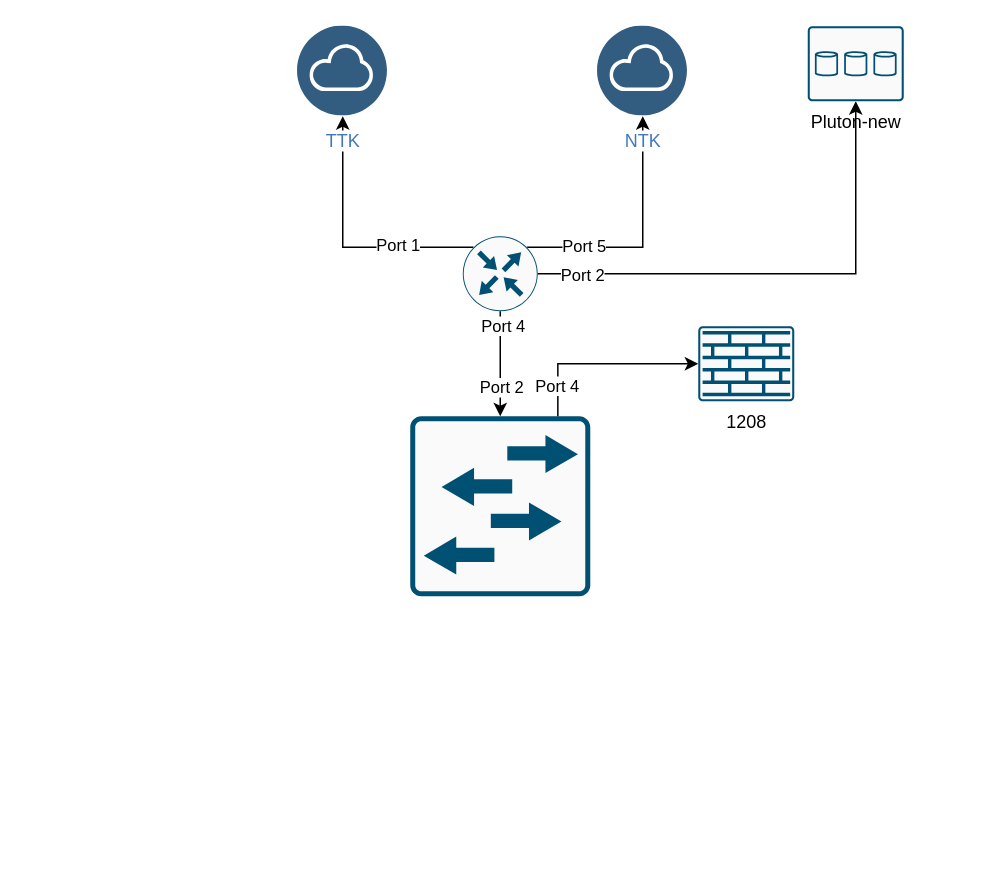
The draw.io diagram Local-network_1209.drawio in Dasatrys/cosmos-web, before the edit. Source tidied: cells renumbered, new cells numbered last; positions are measured from the earlier drawing's top-left corner, leaving out a move shared by most shapes. Both pictures are drawn from the tidied source at 150%, with x=0, y=0 at pixel (297, 26).
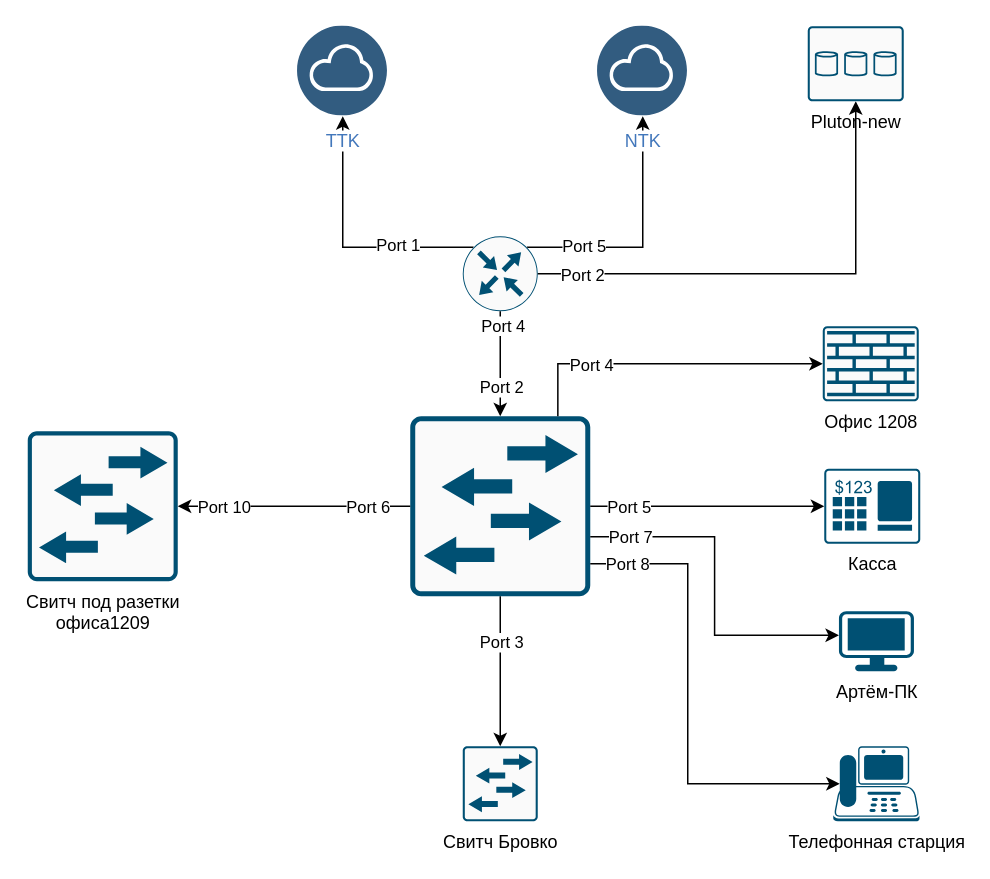
Above is the later version.

Unchanged cells that the change refers to:
```xml
<mxCell id="12" style="sketch=0;points=[[0,0.17,0,0,0],[0,0.33,0,0,0],[0,0.5,0,0,0],[0,0.67,0,0,0],[0,0.82,0,0,0],[0.015,0.015,0,0,0],[0.015,0.985,0,0,0],[0.17,0,0,0,0],[0.17,1,0,0,0],[0.33,0,0,0,0],[0.33,1,0,0,0],[0.5,0,0,0,0],[0.5,1,0,0,0],[0.67,0,0,0,0],[0.67,1,0,0,0],[0.82,0,0,0,0],[0.82,1,0,0,0],[0.985,0.015,0,0,0],[0.985,0.985,0,0,0],[1,0.17,0,0,0],[1,0.33,0,0,0],[1,0.5,0,0,0],[1,0.67,0,0,0],[1,0.82,0,0,0]];verticalLabelPosition=bottom;html=1;verticalAlign=top;align=center;shape=mxgraph.cisco19.rect;prIcon=l2_switch;fillColor=#FAFAFA;strokeColor=#005073;" parent="1" vertex="1">
  <mxGeometry x="75" y="260" width="120" height="120" as="geometry" />
</mxCell>
<mxCell id="17" style="edgeStyle=orthogonalEdgeStyle;rounded=0;jettySize=auto;html=1;exitX=0.82;exitY=0;exitDx=0;exitDy=0;exitPerimeter=0;entryX=0;entryY=0.5;entryDx=0;entryDy=0;entryPerimeter=0;" parent="1" edge="1" source="12" target="16">
  <mxGeometry relative="1" as="geometry" />
</mxCell>
```

Diff of the diagram source:
```diff
@@
-    <mxCell id="16" value="1208" style="sketch=0;points=[[0.015,0.015,0],[0.985,0.015,0],[0.985,0.985,0],[0.015,0.985,0],[0.25,0,0],[0.5,0,0],[0.75,0,0],[1,0.25,0],[1,0.5,0],[1,0.75,0],[0.75,1,0],[0.5,1,0],[0.25,1,0],[0,0.75,0],[0,0.5,0],[0,0.25,0]];verticalLabelPosition=bottom;html=1;verticalAlign=top;align=center;shape=mxgraph.cisco19.rect;prIcon=firewall;fillColor=#FAFAFA;strokeColor=#005073;" parent="1" vertex="1">
-      <mxGeometry x="267" y="200" width="64" height="50" as="geometry" />
+    <mxCell id="16" value="Офис 1208" style="sketch=0;points=[[0.015,0.015,0],[0.985,0.015,0],[0.985,0.985,0],[0.015,0.985,0],[0.25,0,0],[0.5,0,0],[0.75,0,0],[1,0.25,0],[1,0.5,0],[1,0.75,0],[0.75,1,0],[0.5,1,0],[0.25,1,0],[0,0.75,0],[0,0.5,0],[0,0.25,0]];verticalLabelPosition=bottom;html=1;verticalAlign=top;align=center;shape=mxgraph.cisco19.rect;prIcon=firewall;fillColor=#FAFAFA;strokeColor=#005073;" parent="1" vertex="1">
+      <mxGeometry x="350" y="200" width="64" height="50" as="geometry" />
     </mxCell>
@@
     <mxCell id="18" value="Port 4" style="edgeLabel;html=1;align=center;verticalAlign=middle;" parent="17" vertex="1">
       <mxGeometry x="-0.54" y="1" relative="1" as="geometry">
-        <mxPoint y="9" as="offset" />
+        <mxPoint x="8" y="1" as="offset" />
       </mxGeometry>
     </mxCell>
+    <mxCell id="19" value="Телефонная старция" style="points=[[0.59,0,0],[0.87,0.015,0],[0.88,0.3,0],[0.99,0.99,0],[0.5,1,0],[0.01,0.99,0],[0.075,0.5,0],[0.17,0.115,0]];verticalLabelPosition=bottom;sketch=0;html=1;verticalAlign=top;align=center;shape=mxgraph.cisco19.ip_phone;fillColor=#005073;strokeColor=none;" parent="1" vertex="1">
+      <mxGeometry x="357" y="480" width="57.5" height="50" as="geometry" />
+    </mxCell>
+    <mxCell id="20" value="Артём-ПК" style="points=[[0.03,0.03,0],[0.5,0,0],[0.97,0.03,0],[1,0.4,0],[0.97,0.745,0],[0.5,1,0],[0.03,0.745,0],[0,0.4,0]];verticalLabelPosition=bottom;sketch=0;html=1;verticalAlign=top;align=center;shape=mxgraph.cisco19.workstation;fillColor=#005073;strokeColor=none;" parent="1" vertex="1">
+      <mxGeometry x="360.8" y="390" width="50" height="40" as="geometry" />
+    </mxCell>
+    <mxCell id="21" style="edgeStyle=orthogonalEdgeStyle;rounded=0;jettySize=auto;html=1;exitX=1;exitY=0.67;exitDx=0;exitDy=0;exitPerimeter=0;entryX=0;entryY=0.4;entryDx=0;entryDy=0;entryPerimeter=0;" parent="1" edge="1" source="12" target="20">
+      <mxGeometry relative="1" as="geometry" />
+    </mxCell>
+    <mxCell id="22" value="Port 7" style="edgeLabel;html=1;align=center;verticalAlign=middle;" parent="21" vertex="1">
+      <mxGeometry x="-0.7" y="-2" relative="1" as="geometry">
+        <mxPoint x="-9" y="-2" as="offset" />
+      </mxGeometry>
+    </mxCell>
+    <mxCell id="23" style="edgeStyle=orthogonalEdgeStyle;rounded=0;jettySize=auto;html=1;exitX=1;exitY=0.82;exitDx=0;exitDy=0;exitPerimeter=0;entryX=0.075;entryY=0.5;entryDx=0;entryDy=0;entryPerimeter=0;" parent="1" edge="1" source="12" target="19">
+      <mxGeometry relative="1" as="geometry">
+        <Array as="points">
+          <mxPoint x="260" y="358" />
+          <mxPoint x="260" y="505" />
+        </Array>
+      </mxGeometry>
+    </mxCell>
+    <mxCell id="24" value="Port 8" style="edgeLabel;html=1;align=center;verticalAlign=middle;" parent="23" vertex="1">
+      <mxGeometry x="-0.89" relative="1" as="geometry">
+        <mxPoint x="7" as="offset" />
+      </mxGeometry>
+    </mxCell>
+    <mxCell id="25" value="Касса" style="sketch=0;points=[[0.015,0.015,0],[0.985,0.015,0],[0.985,0.985,0],[0.015,0.985,0],[0.25,0,0],[0.5,0,0],[0.75,0,0],[1,0.25,0],[1,0.5,0],[1,0.75,0],[0.75,1,0],[0.5,1,0],[0.25,1,0],[0,0.75,0],[0,0.5,0],[0,0.25,0]];verticalLabelPosition=bottom;html=1;verticalAlign=top;align=center;shape=mxgraph.cisco19.pos;fillColor=#005073;strokeColor=none;" parent="1" vertex="1">
+      <mxGeometry x="351" y="295" width="64" height="50" as="geometry" />
+    </mxCell>
+    <mxCell id="26" style="edgeStyle=orthogonalEdgeStyle;rounded=0;jettySize=auto;html=1;exitX=1;exitY=0.5;exitDx=0;exitDy=0;exitPerimeter=0;entryX=0;entryY=0.5;entryDx=0;entryDy=0;entryPerimeter=0;" parent="1" edge="1" source="12" target="25">
+      <mxGeometry relative="1" as="geometry" />
+    </mxCell>
+    <mxCell id="27" value="Port 5" style="edgeLabel;html=1;align=center;verticalAlign=middle;" parent="26" vertex="1">
+      <mxGeometry x="-0.74" y="-1" relative="1" as="geometry">
+        <mxPoint x="5" y="-1" as="offset" />
+      </mxGeometry>
+    </mxCell>
+    <mxCell id="28" value="Свитч Бровко" style="sketch=0;points=[[0.015,0.015,0],[0.985,0.015,0],[0.985,0.985,0],[0.015,0.985,0],[0.25,0,0],[0.5,0,0],[0.75,0,0],[1,0.25,0],[1,0.5,0],[1,0.75,0],[0.75,1,0],[0.5,1,0],[0.25,1,0],[0,0.75,0],[0,0.5,0],[0,0.25,0]];verticalLabelPosition=bottom;html=1;verticalAlign=top;align=center;shape=mxgraph.cisco19.rect;prIcon=l2_switch;fillColor=#FAFAFA;strokeColor=#005073;" parent="1" vertex="1">
+      <mxGeometry x="110" y="480" width="50" height="50" as="geometry" />
+    </mxCell>
+    <mxCell id="29" style="edgeStyle=orthogonalEdgeStyle;rounded=0;jettySize=auto;html=1;exitX=0.5;exitY=1;exitDx=0;exitDy=0;exitPerimeter=0;entryX=0.5;entryY=0;entryDx=0;entryDy=0;entryPerimeter=0;" parent="1" edge="1" source="12" target="28">
+      <mxGeometry relative="1" as="geometry" />
+    </mxCell>
+    <mxCell id="30" value="Port 3" style="edgeLabel;html=1;align=center;verticalAlign=middle;" parent="29" vertex="1">
+      <mxGeometry x="-0.41" relative="1" as="geometry" />
+    </mxCell>
+    <mxCell id="31" value="Свитч под разетки &lt;br&gt;офиса1209" style="sketch=0;points=[[0.015,0.015,0],[0.985,0.015,0],[0.985,0.985,0],[0.015,0.985,0],[0.25,0,0],[0.5,0,0],[0.75,0,0],[1,0.25,0],[1,0.5,0],[1,0.75,0],[0.75,1,0],[0.5,1,0],[0.25,1,0],[0,0.75,0],[0,0.5,0],[0,0.25,0]];verticalLabelPosition=bottom;html=1;verticalAlign=top;align=center;shape=mxgraph.cisco19.rect;prIcon=l2_switch;fillColor=#FAFAFA;strokeColor=#005073;" parent="1" vertex="1">
+      <mxGeometry x="-180" y="270" width="100" height="100" as="geometry" />
+    </mxCell>
+    <mxCell id="32" style="edgeStyle=orthogonalEdgeStyle;rounded=0;jettySize=auto;html=1;exitX=0;exitY=0.5;exitDx=0;exitDy=0;exitPerimeter=0;entryX=1;entryY=0.5;entryDx=0;entryDy=0;entryPerimeter=0;" parent="1" edge="1" source="12" target="31">
+      <mxGeometry relative="1" as="geometry" />
+    </mxCell>
+    <mxCell id="33" value="Port 6" style="edgeLabel;html=1;align=center;verticalAlign=middle;" parent="32" vertex="1">
+      <mxGeometry x="-0.62" y="-3" relative="1" as="geometry">
+        <mxPoint y="3" as="offset" />
+      </mxGeometry>
+    </mxCell>
+    <mxCell id="34" value="Port 10" style="edgeLabel;html=1;align=center;verticalAlign=middle;" parent="32" vertex="1">
+      <mxGeometry x="0.7" y="3" relative="1" as="geometry">
+        <mxPoint x="7" y="-3" as="offset" />
+      </mxGeometry>
+    </mxCell>
```
